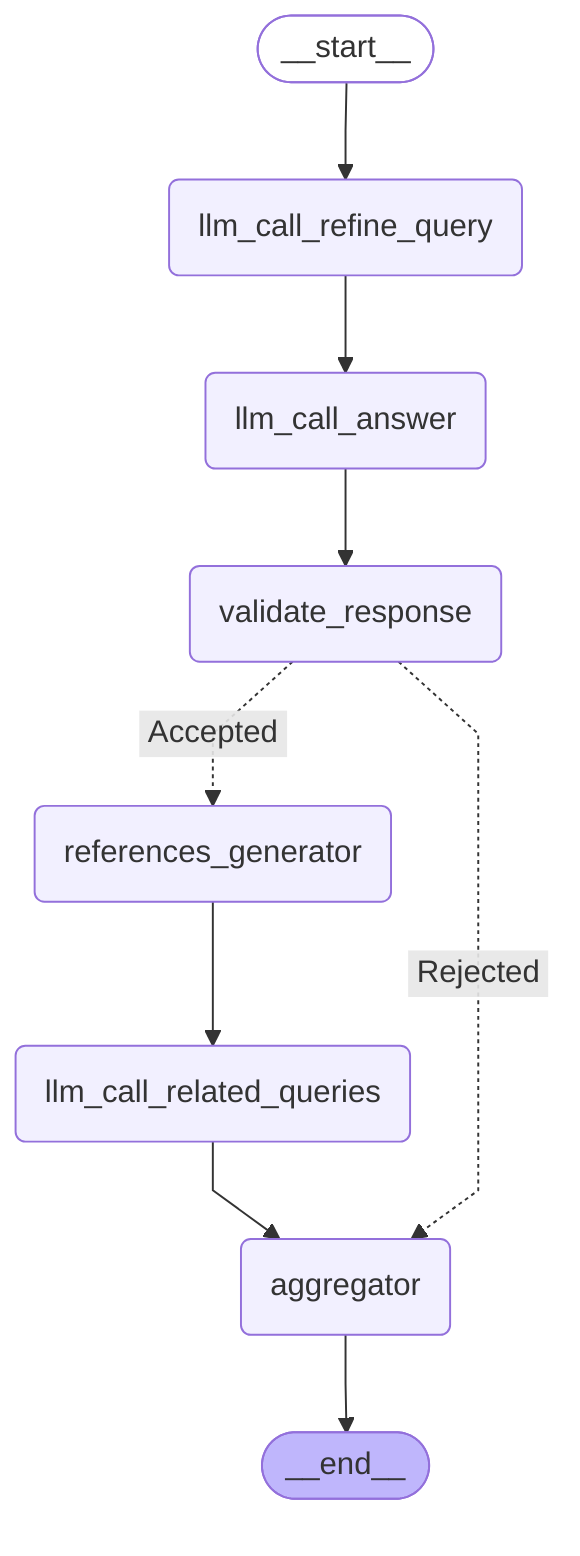
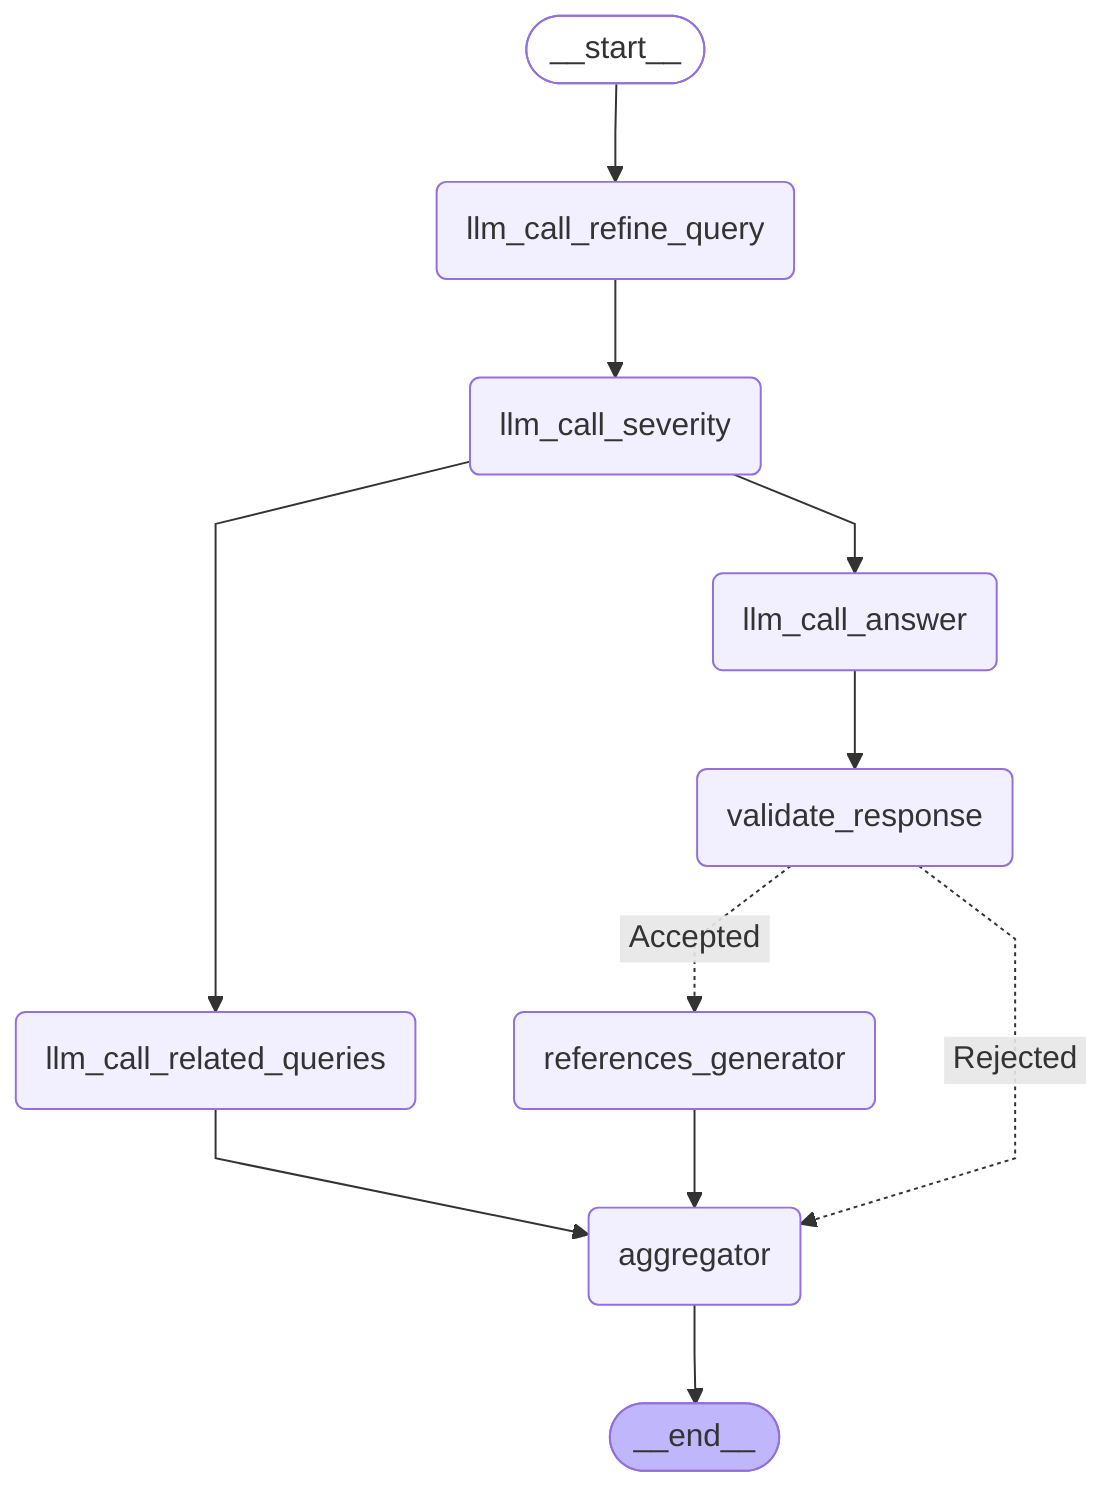
---
config:
  flowchart:
    curve: linear
---
graph TD;
	__start__([<p>__start__</p>]):::first
	llm_call_answer(llm_call_answer)
	llm_call_refine_query(llm_call_refine_query)
+ 	llm_call_severity(llm_call_severity)
	validate_response(validate_response)
+ 	llm_call_related_queries(llm_call_related_queries)
	aggregator(aggregator)
	references_generator(references_generator)
- 	llm_call_related_queries(llm_call_related_queries)
	__end__([<p>__end__</p>]):::last
	__start__ --> llm_call_refine_query;
	llm_call_answer --> validate_response;
- 	llm_call_refine_query --> llm_call_answer;
+ 	llm_call_refine_query --> llm_call_severity;
	llm_call_related_queries --> aggregator;
- 	references_generator --> llm_call_related_queries;
+ 	llm_call_severity --> llm_call_answer;
+ 	llm_call_severity --> llm_call_related_queries;
+ 	references_generator --> aggregator;
	validate_response -. &nbsp;Rejected&nbsp; .-> aggregator;
	validate_response -. &nbsp;Accepted&nbsp; .-> references_generator;
	aggregator --> __end__;
	classDef default fill:#f2f0ff,line-height:1.2
	classDef first fill-opacity:0
	classDef last fill:#bfb6fc
